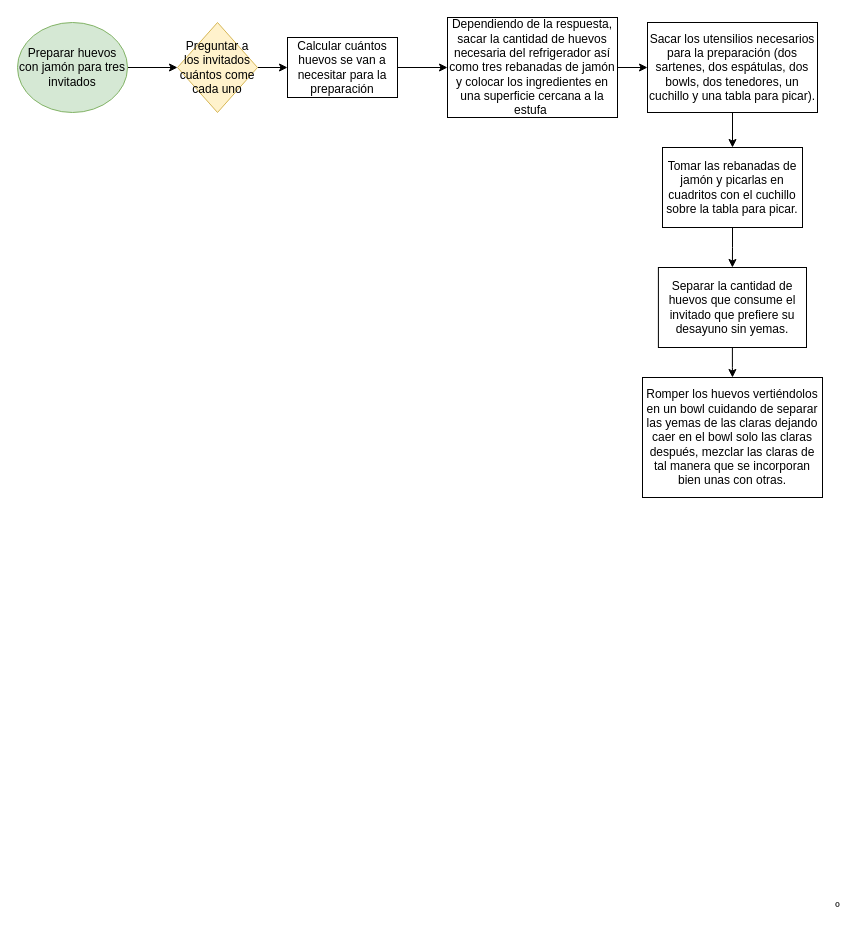
Before: Untitled Diagram.drawio in missphoneme/ejercicios-kodemia, a draw.io diagram. Source tidied: cells renumbered, new cells numbered last; positions are measured from the earlier drawing's top-left corner, leaving out a move shared by most shapes. Both pictures are drawn from the tidied source at 100%, with x=0, y=0 at pixel (17, 17).
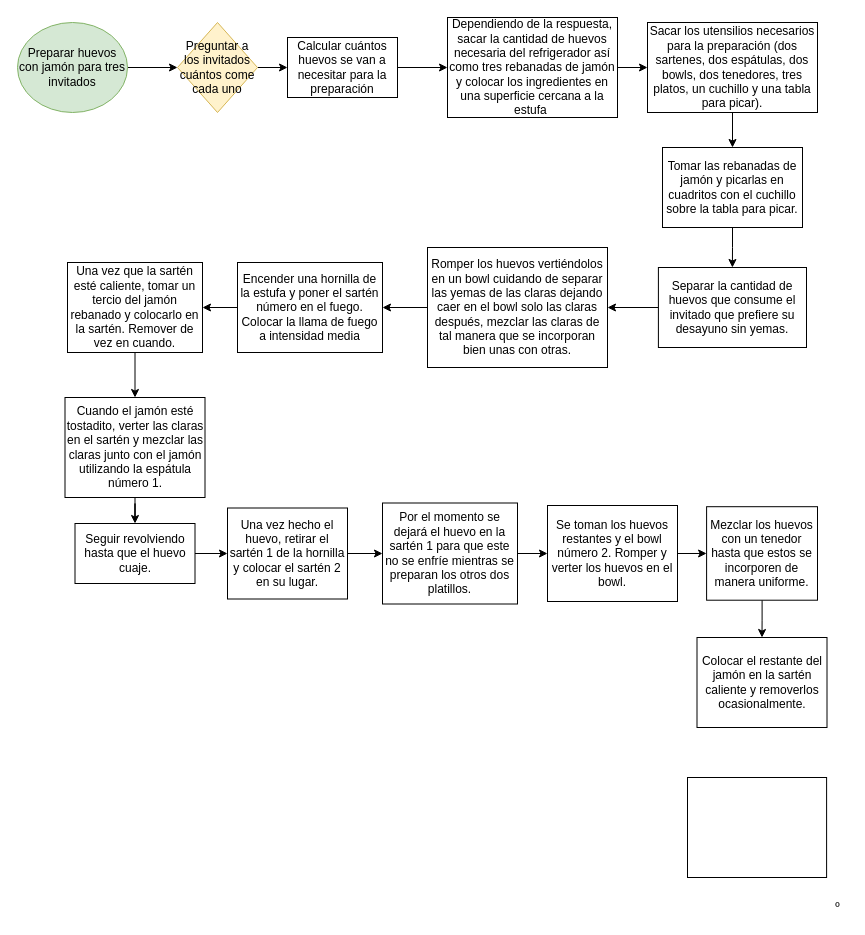
After the change.

The change refers to these unchanged cells:
```xml
<mxCell id="16" value="Separar la cantidad de huevos que consume el invitado que prefiere su desayuno sin yemas." style="rounded=0;whiteSpace=wrap;html=1;" parent="1" vertex="1">
  <mxGeometry x="640.9" y="250" width="148.1" height="80" as="geometry" />
</mxCell>
```

What changed in the source:
```diff
@@
-    <mxCell id="12" value="Sacar los utensilios necesarios para la preparación (dos sartenes, dos espátulas, dos bowls, dos tenedores, un cuchillo y una tabla para picar)." style="rounded=0;whiteSpace=wrap;html=1;" parent="1" vertex="1">
+    <mxCell id="12" value="Sacar los utensilios necesarios para la preparación (dos sartenes, dos espátulas, dos bowls, dos tenedores, tres platos, un cuchillo y una tabla para picar)." style="rounded=0;whiteSpace=wrap;html=1;" parent="1" vertex="1">
       <mxGeometry x="630" y="5" width="170" height="90" as="geometry" />
     </mxCell>
@@
-    <mxCell id="15" style="edgeStyle=orthogonalEdgeStyle;rounded=0;jettySize=auto;html=1;entryX=0.5;entryY=0;entryDx=0;entryDy=0;" parent="1" edge="1" source="16" target="17">
+    <mxCell id="15" style="edgeStyle=orthogonalEdgeStyle;rounded=0;jettySize=auto;html=1;" parent="1" edge="1" source="16" target="17">
       <mxGeometry relative="1" as="geometry" />
     </mxCell>
@@
+    <mxCell id="18" style="edgeStyle=orthogonalEdgeStyle;rounded=0;jettySize=auto;html=1;entryX=1;entryY=0.5;entryDx=0;entryDy=0;" parent="1" edge="1" source="17" target="20">
+      <mxGeometry relative="1" as="geometry" />
+    </mxCell>
     <mxCell id="17" value="&lt;span&gt;Romper los huevos vertiéndolos en un bowl cuidando de separar las yemas de las claras dejando caer en el bowl solo las claras después, mezclar las claras de tal manera que se&amp;nbsp;incorporan bien unas con otras.&lt;/span&gt;" style="rounded=0;whiteSpace=wrap;html=1;" parent="1" vertex="1">
-      <mxGeometry x="625" y="360" width="180" height="120" as="geometry" />
+      <mxGeometry x="410" y="230" width="180" height="120" as="geometry" />
     </mxCell>
+    <mxCell id="19" style="edgeStyle=orthogonalEdgeStyle;rounded=0;jettySize=auto;html=1;entryX=1;entryY=0.5;entryDx=0;entryDy=0;" parent="1" edge="1" source="20" target="22">
+      <mxGeometry relative="1" as="geometry" />
+    </mxCell>
+    <mxCell id="20" value="Encender una hornilla de la estufa y poner el sartén número en el fuego. Colocar la llama de fuego a intensidad media" style="rounded=0;whiteSpace=wrap;html=1;" parent="1" vertex="1">
+      <mxGeometry x="220" y="245" width="145" height="90" as="geometry" />
+    </mxCell>
+    <mxCell id="21" style="edgeStyle=orthogonalEdgeStyle;rounded=0;jettySize=auto;html=1;entryX=0.5;entryY=0;entryDx=0;entryDy=0;" parent="1" edge="1" source="22" target="24">
+      <mxGeometry relative="1" as="geometry" />
+    </mxCell>
+    <mxCell id="22" value="Una vez que la sartén esté caliente, tomar un tercio del jamón rebanado y colocarlo en la sartén. Remover de vez en cuando." style="rounded=0;whiteSpace=wrap;html=1;" parent="1" vertex="1">
+      <mxGeometry x="50" y="245" width="135" height="90" as="geometry" />
+    </mxCell>
+    <mxCell id="23" style="edgeStyle=orthogonalEdgeStyle;rounded=0;jettySize=auto;html=1;entryX=0.5;entryY=0;entryDx=0;entryDy=0;" parent="1" edge="1" source="24" target="26">
+      <mxGeometry relative="1" as="geometry" />
+    </mxCell>
+    <mxCell id="24" value="Cuando el jamón esté tostadito, verter las claras en el sartén y mezclar las claras junto con el jamón utilizando la espátula número 1." style="rounded=0;whiteSpace=wrap;html=1;" parent="1" vertex="1">
+      <mxGeometry x="47.5" y="380" width="140" height="100" as="geometry" />
+    </mxCell>
+    <mxCell id="25" style="edgeStyle=orthogonalEdgeStyle;rounded=0;jettySize=auto;html=1;entryX=0;entryY=0.5;entryDx=0;entryDy=0;" parent="1" edge="1" source="26" target="28">
+      <mxGeometry relative="1" as="geometry" />
+    </mxCell>
+    <mxCell id="26" value="&lt;span&gt;Seguir revolviendo hasta que el huevo cuaje.&lt;/span&gt;" style="rounded=0;whiteSpace=wrap;html=1;" parent="1" vertex="1">
+      <mxGeometry x="57.5" y="506" width="120" height="60" as="geometry" />
+    </mxCell>
+    <mxCell id="27" style="edgeStyle=orthogonalEdgeStyle;rounded=0;jettySize=auto;html=1;entryX=0;entryY=0.5;entryDx=0;entryDy=0;" parent="1" edge="1" source="28" target="30">
+      <mxGeometry relative="1" as="geometry" />
+    </mxCell>
+    <mxCell id="28" value="Una vez hecho el huevo, retirar el sartén 1 de la hornilla y colocar el sartén 2 en su lugar." style="rounded=0;whiteSpace=wrap;html=1;" parent="1" vertex="1">
+      <mxGeometry x="210" y="490.5" width="120" height="91" as="geometry" />
+    </mxCell>
+    <mxCell id="29" style="edgeStyle=orthogonalEdgeStyle;rounded=0;jettySize=auto;html=1;entryX=0;entryY=0.5;entryDx=0;entryDy=0;" parent="1" edge="1" source="30" target="32">
+      <mxGeometry relative="1" as="geometry" />
+    </mxCell>
+    <mxCell id="30" value="Por el momento se dejará el huevo en la sartén 1 para que este no se enfríe mientras se preparan los otros dos platillos." style="rounded=0;whiteSpace=wrap;html=1;" parent="1" vertex="1">
+      <mxGeometry x="365" y="485.5" width="135" height="101" as="geometry" />
+    </mxCell>
+    <mxCell id="31" style="edgeStyle=orthogonalEdgeStyle;rounded=0;jettySize=auto;html=1;entryX=0;entryY=0.5;entryDx=0;entryDy=0;" parent="1" edge="1" source="32" target="34">
+      <mxGeometry relative="1" as="geometry" />
+    </mxCell>
+    <mxCell id="32" value="Se toman los huevos restantes y el bowl número 2. Romper y verter los huevos en el bowl." style="rounded=0;whiteSpace=wrap;html=1;" parent="1" vertex="1">
+      <mxGeometry x="530" y="488" width="130" height="96" as="geometry" />
+    </mxCell>
+    <mxCell id="33" style="edgeStyle=orthogonalEdgeStyle;rounded=0;jettySize=auto;html=1;entryX=0.5;entryY=0;entryDx=0;entryDy=0;" parent="1" edge="1" source="34" target="35">
+      <mxGeometry relative="1" as="geometry" />
+    </mxCell>
+    <mxCell id="34" value="Mezclar los huevos con un tenedor hasta que estos se incorporen de manera uniforme." style="rounded=0;whiteSpace=wrap;html=1;" parent="1" vertex="1">
+      <mxGeometry x="689.1" y="489.2" width="110.9" height="93.5" as="geometry" />
+    </mxCell>
+    <mxCell id="35" value="Colocar el restante del jamón en la sartén caliente y removerlos ocasionalmente." style="rounded=0;whiteSpace=wrap;html=1;" parent="1" vertex="1">
+      <mxGeometry x="679.5" y="620" width="130" height="90" as="geometry" />
+    </mxCell>
+    <mxCell id="36" style="rounded=0;whiteSpace=wrap;html=1;" parent="1" vertex="1">
+      <mxGeometry x="670" y="760" width="139.1" height="100" as="geometry" />
+    </mxCell>
```
